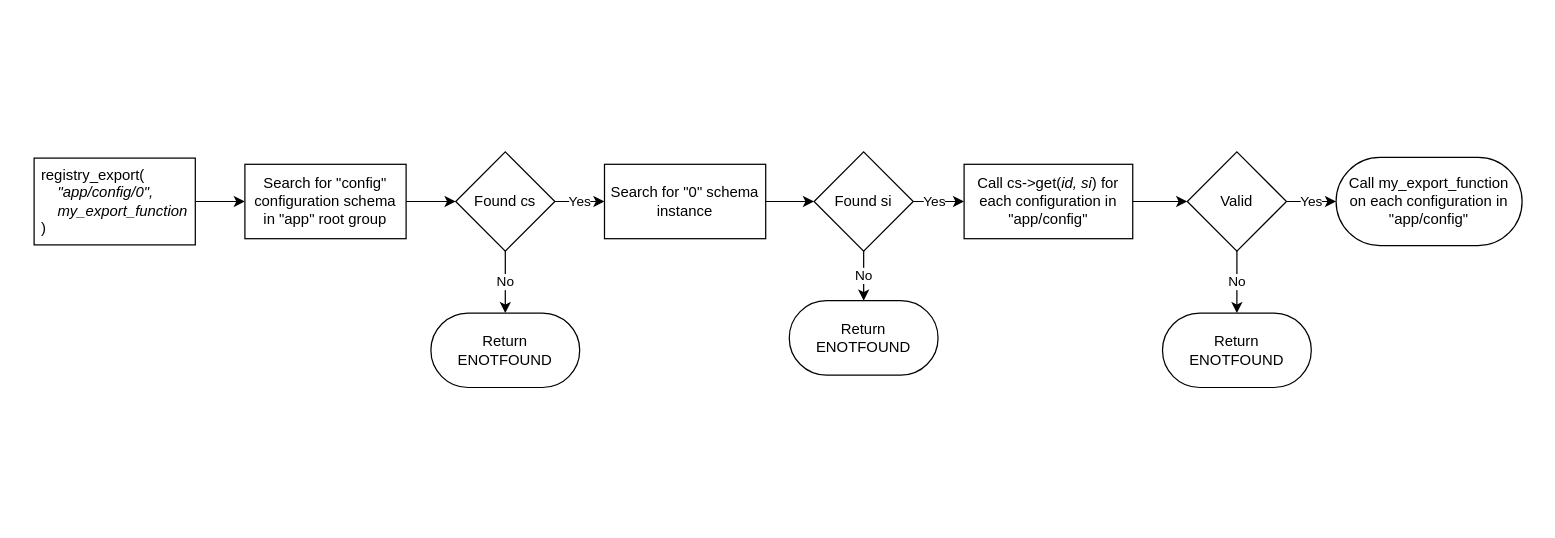
Above: doc/drawio/flow/basic_behavioral_flow_export.drawio in LasseRosenow/riot-runtime-config (draw.io), before the change. Source tidied: cells renumbered, new cells numbered last; positions are measured from the earlier drawing's top-left corner, leaving out a move shared by most shapes. Both pictures are drawn from the tidied source at 124%, with x=0, y=0 at pixel (21, 145).
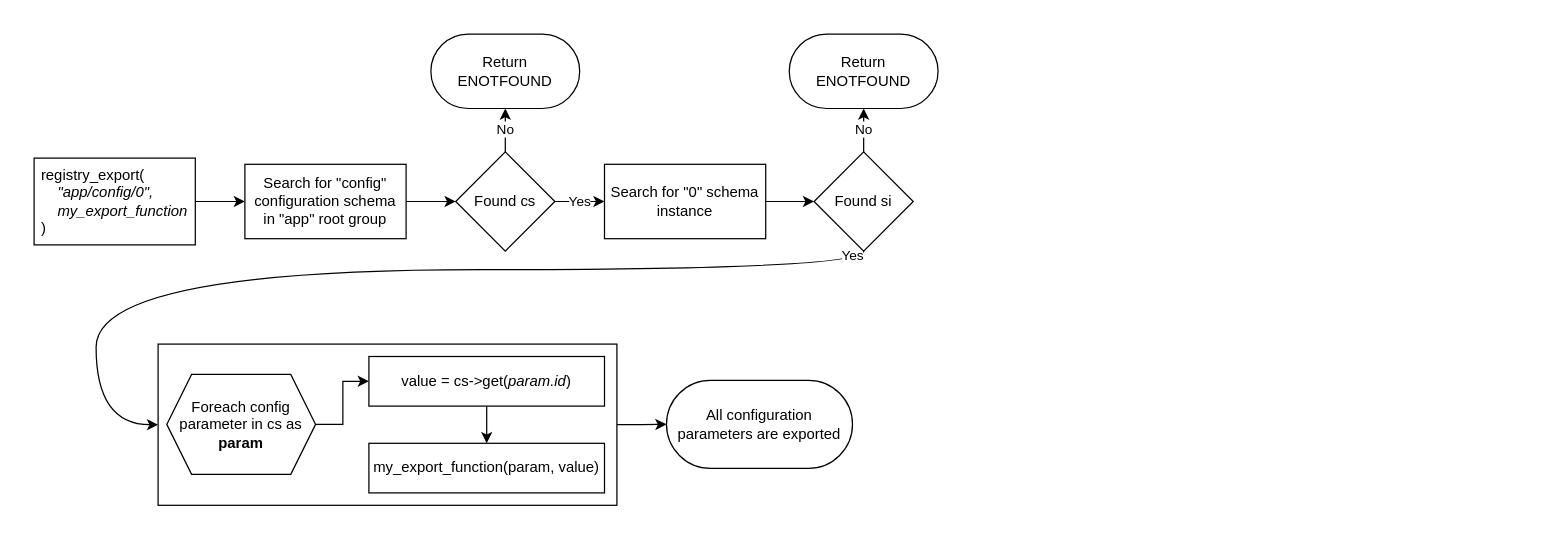
Above is the later version.

The change refers to these unchanged cells:
```xml
<mxCell id="21" value="Found si" style="rhombus;whiteSpace=wrap;html=1;" parent="1" vertex="1">
  <mxGeometry x="639" y="5" width="80" height="80" as="geometry" />
</mxCell>
```

Diff of the diagram source:
```diff
@@
     <mxCell id="2" style="rounded=0;whiteSpace=wrap;html=1;strokeColor=none;" parent="1" vertex="1">
-      <mxGeometry width="1220" height="200" as="geometry" />
+      <mxGeometry y="-100" width="750" height="400" as="geometry" />
     </mxCell>
@@
     <mxCell id="9" value="Return&lt;br&gt;ENOTFOUND" style="rounded=1;whiteSpace=wrap;html=1;arcSize=50;" parent="1" vertex="1">
-      <mxGeometry x="330" y="135" width="120" height="60" as="geometry" />
+      <mxGeometry x="330" y="-90" width="120" height="60" as="geometry" />
     </mxCell>
-    <mxCell id="10" value="Call my_export_function&lt;br&gt;on each configuration in &quot;app/config&quot;" style="rounded=1;whiteSpace=wrap;html=1;arcSize=50;" parent="1" vertex="1">
-      <mxGeometry x="1060" y="9.5" width="150" height="71" as="geometry" />
+    <mxCell id="10" value="All configuration parameters are exported" style="rounded=1;whiteSpace=wrap;html=1;arcSize=50;" parent="1" vertex="1">
+      <mxGeometry x="520" y="189.2" width="150" height="71" as="geometry" />
     </mxCell>
-    <mxCell id="11" style="edgeStyle=elbowEdgeStyle;rounded=0;html=1;" parent="1" edge="1" source="12" target="15">
-      <mxGeometry relative="1" as="geometry" />
-    </mxCell>
-    <mxCell id="12" value="Call cs-&amp;gt;get(&lt;i&gt;id, si&lt;/i&gt;) for each configuration in &quot;app/config&quot;" style="rounded=0;whiteSpace=wrap;html=1;" parent="1" vertex="1">
-      <mxGeometry x="760" y="15" width="136" height="60" as="geometry" />
-    </mxCell>
-    <mxCell id="13" value="No" style="edgeStyle=elbowEdgeStyle;rounded=0;html=1;" parent="1" edge="1" source="15" target="16">
-      <mxGeometry relative="1" as="geometry" />
-    </mxCell>
-    <mxCell id="14" value="Yes" style="edgeStyle=elbowEdgeStyle;rounded=0;html=1;" parent="1" edge="1" source="15" target="10">
-      <mxGeometry relative="1" as="geometry" />
-    </mxCell>
-    <mxCell id="15" value="Valid" style="rhombus;whiteSpace=wrap;html=1;" parent="1" vertex="1">
-      <mxGeometry x="940" y="5" width="80" height="80" as="geometry" />
-    </mxCell>
-    <mxCell id="16" value="Return&lt;br&gt;ENOTFOUND" style="rounded=1;whiteSpace=wrap;html=1;arcSize=50;" parent="1" vertex="1">
-      <mxGeometry x="920" y="135" width="120" height="60" as="geometry" />
-    </mxCell>
@@
-    <mxCell id="20" value="Yes" style="edgeStyle=elbowEdgeStyle;rounded=0;html=1;" parent="1" edge="1" source="21" target="12">
-      <mxGeometry x="-0.15" relative="1" as="geometry" />
+    <mxCell id="20" value="Yes" style="edgeStyle=orthogonalEdgeStyle;html=1;strokeColor=default;curved=1;entryX=0;entryY=0.5;entryDx=0;entryDy=0;" parent="1" edge="1" source="21" target="24">
+      <mxGeometry x="-0.99" y="-9" relative="1" as="geometry">
+        <Array as="points">
+          <mxPoint x="679" y="100" />
+          <mxPoint x="60" y="100" />
+          <mxPoint x="60" y="225" />
+        </Array>
+      </mxGeometry>
     </mxCell>
@@
     <mxCell id="22" value="Return&lt;br&gt;ENOTFOUND" style="rounded=1;whiteSpace=wrap;html=1;arcSize=50;" parent="1" vertex="1">
-      <mxGeometry x="619" y="125" width="120" height="60" as="geometry" />
+      <mxGeometry x="619" y="-90" width="120" height="60" as="geometry" />
     </mxCell>
@@
+    <mxCell id="24" style="rounded=0;whiteSpace=wrap;html=1;verticalAlign=top;" parent="1" vertex="1">
+      <mxGeometry x="110" y="160" width="370" height="130" as="geometry" />
+    </mxCell>
+    <mxCell id="25" style="edgeStyle=elbowEdgeStyle;rounded=0;html=1;exitX=1;exitY=0.5;exitDx=0;exitDy=0;" parent="1" edge="1" source="27" target="28">
+      <mxGeometry relative="1" as="geometry" />
+    </mxCell>
+    <mxCell id="26" value="my_export_function(param, value)" style="rounded=0;whiteSpace=wrap;html=1;" parent="1" vertex="1">
+      <mxGeometry x="280" y="240" width="190" height="40" as="geometry" />
+    </mxCell>
+    <mxCell id="27" value="Foreach config parameter in cs as&lt;br&gt;&lt;b&gt;param&lt;/b&gt;" style="shape=hexagon;perimeter=hexagonPerimeter2;whiteSpace=wrap;html=1;fixedSize=1;" parent="1" vertex="1">
+      <mxGeometry x="117" y="184.5" width="120" height="80.5" as="geometry" />
+    </mxCell>
+    <mxCell id="28" value="value = cs-&amp;gt;get(&lt;i&gt;param.id&lt;/i&gt;)" style="rounded=0;whiteSpace=wrap;html=1;" parent="1" vertex="1">
+      <mxGeometry x="280" y="170" width="190" height="40" as="geometry" />
+    </mxCell>
+    <mxCell id="29" style="edgeStyle=elbowEdgeStyle;rounded=0;html=1;" parent="1" edge="1" source="28" target="26">
+      <mxGeometry relative="1" as="geometry" />
+    </mxCell>
+    <mxCell id="30" style="edgeStyle=elbowEdgeStyle;rounded=0;html=1;" parent="1" edge="1" source="24" target="10">
+      <mxGeometry relative="1" as="geometry" />
+    </mxCell>
```
